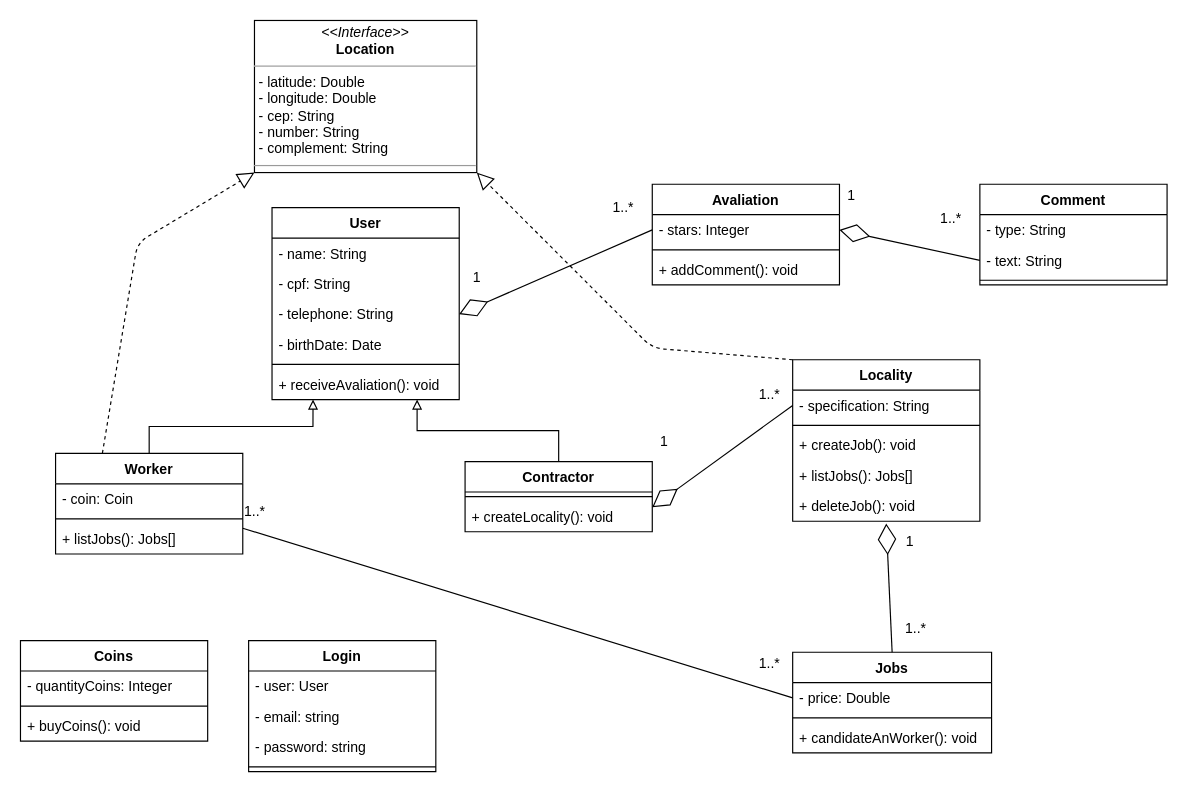
This is diagrama de classes/class_diagram_iclean.drawio from robertogsl/Grupo1-3ADSA, a draw.io file, before an edit. Source tidied: cells renumbered, new cells numbered last; positions are measured from the earlier drawing's top-left corner, leaving out a move shared by most shapes. Both pictures are drawn from the tidied source at 117%, with x=0, y=0 at pixel (20, 20).
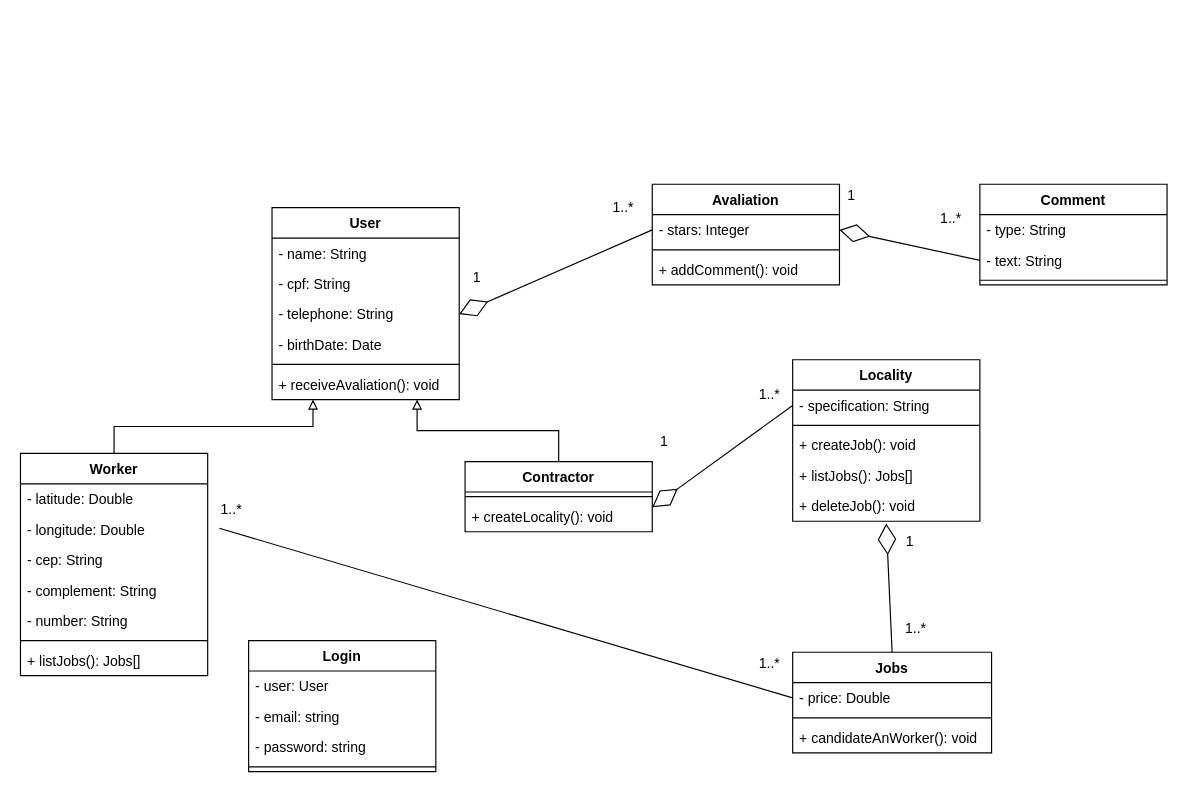
The same diagram, later.

Commit message:
diagrama de classes ok

Unchanged cells that the change refers to:
```xml
<mxCell id="19" value="- price: Double" style="text;strokeColor=none;fillColor=none;align=left;verticalAlign=top;spacingLeft=4;spacingRight=4;overflow=hidden;points=[[0,0.5],[1,0.5]];portConstraint=eastwest;" parent="18" vertex="1">
  <mxGeometry y="26" width="170" height="26" as="geometry" />
</mxCell>
<mxCell id="45" value="Locality" style="swimlane;fontStyle=1;align=center;verticalAlign=top;horizontal=1;startSize=26;" parent="1" vertex="1">
  <mxGeometry x="660" y="290" width="160" height="138" as="geometry" />
</mxCell>
```

Change to the diagram source:
```diff
@@
     <mxCell id="10" value="Worker" style="swimlane;fontStyle=1;align=center;verticalAlign=top;horizontal=1;startSize=26;" parent="1" vertex="1">
-      <mxGeometry x="30" y="370" width="160" height="86" as="geometry" />
+      <mxGeometry y="370" width="160" height="190" as="geometry" />
     </mxCell>
-    <mxCell id="11" value="- coin: Coin" style="text;strokeColor=none;fillColor=none;align=left;verticalAlign=top;spacingLeft=4;spacingRight=4;overflow=hidden;" parent="10" vertex="1">
-      <mxGeometry y="26" width="160" height="26" as="geometry" />
-    </mxCell>
+    <mxCell id="63" value="- latitude: Double" style="text;strokeColor=none;fillColor=none;align=left;verticalAlign=top;spacingLeft=4;spacingRight=4;overflow=hidden;" parent="10" vertex="1">
+      <mxGeometry y="26" width="160" height="26" as="geometry" />
+    </mxCell>
+    <mxCell id="64" value="- longitude: Double" style="text;strokeColor=none;fillColor=none;align=left;verticalAlign=top;spacingLeft=4;spacingRight=4;overflow=hidden;" parent="10" vertex="1">
+      <mxGeometry y="52" width="160" height="26" as="geometry" />
+    </mxCell>
+    <mxCell id="65" value="- cep: String" style="text;strokeColor=none;fillColor=none;align=left;verticalAlign=top;spacingLeft=4;spacingRight=4;overflow=hidden;" parent="10" vertex="1">
+      <mxGeometry y="78" width="160" height="26" as="geometry" />
+    </mxCell>
+    <mxCell id="66" value="- complement: String" style="text;strokeColor=none;fillColor=none;align=left;verticalAlign=top;spacingLeft=4;spacingRight=4;overflow=hidden;" parent="10" vertex="1">
+      <mxGeometry y="104" width="160" height="26" as="geometry" />
+    </mxCell>
+    <mxCell id="67" value="- number: String" style="text;strokeColor=none;fillColor=none;align=left;verticalAlign=top;spacingLeft=4;spacingRight=4;overflow=hidden;" parent="10" vertex="1">
+      <mxGeometry y="130" width="160" height="26" as="geometry" />
+    </mxCell>
     <mxCell id="12" style="line;strokeWidth=1;fillColor=none;align=left;verticalAlign=middle;spacingTop=-1;spacingLeft=3;spacingRight=3;labelPosition=right;" parent="10" vertex="1">
-      <mxGeometry y="52" width="160" height="8" as="geometry" />
+      <mxGeometry y="156" width="160" height="8" as="geometry" />
     </mxCell>
     <mxCell id="13" value="+ listJobs(): Jobs[]" style="text;strokeColor=none;fillColor=none;align=left;verticalAlign=top;spacingLeft=4;spacingRight=4;overflow=hidden;" parent="10" vertex="1">
-      <mxGeometry y="60" width="160" height="26" as="geometry" />
+      <mxGeometry y="164" width="160" height="26" as="geometry" />
     </mxCell>
@@
-    <mxCell id="22" value="Coins" style="swimlane;fontStyle=1;align=center;verticalAlign=top;horizontal=1;startSize=26;" parent="1" vertex="1">
-      <mxGeometry y="530" width="160" height="86" as="geometry" />
-    </mxCell>
-    <mxCell id="23" value="- quantityCoins: Integer" style="text;strokeColor=none;fillColor=none;align=left;verticalAlign=top;spacingLeft=4;spacingRight=4;overflow=hidden;" parent="22" vertex="1">
-      <mxGeometry y="26" width="160" height="26" as="geometry" />
-    </mxCell>
-    <mxCell id="24" style="line;strokeWidth=1;fillColor=none;align=left;verticalAlign=middle;spacingTop=-1;spacingLeft=3;spacingRight=3;labelPosition=right;" parent="22" vertex="1">
-      <mxGeometry y="52" width="160" height="8" as="geometry" />
-    </mxCell>
-    <mxCell id="25" value="+ buyCoins(): void" style="text;strokeColor=none;fillColor=none;align=left;verticalAlign=top;spacingLeft=4;spacingRight=4;overflow=hidden;" parent="22" vertex="1">
-      <mxGeometry y="60" width="160" height="26" as="geometry" />
-    </mxCell>
@@
-    <mxCell id="57" value="&lt;p style=&quot;margin: 0px ; margin-top: 4px ; text-align: center&quot;&gt;&lt;i&gt;&amp;lt;&amp;lt;Interface&amp;gt;&amp;gt;&lt;/i&gt;&lt;br&gt;&lt;b&gt;Location&lt;/b&gt;&lt;/p&gt;&lt;hr size=&quot;1&quot;&gt;&lt;p style=&quot;margin: 0px ; margin-left: 4px&quot;&gt;- latitude: Double&lt;br&gt;- longitude: Double&lt;/p&gt;&lt;p style=&quot;margin: 0px ; margin-left: 4px&quot;&gt;- cep: String&lt;/p&gt;&lt;p style=&quot;margin: 0px ; margin-left: 4px&quot;&gt;- number: String&lt;/p&gt;&lt;p style=&quot;margin: 0px ; margin-left: 4px&quot;&gt;- complement: String&lt;/p&gt;&lt;hr size=&quot;1&quot;&gt;&lt;p style=&quot;margin: 0px ; margin-left: 4px&quot;&gt;&lt;br&gt;&lt;/p&gt;" style="verticalAlign=top;align=left;overflow=fill;fontSize=12;fontFamily=Helvetica;html=1;" parent="1" vertex="1">
-      <mxGeometry x="200" width="190" height="130" as="geometry" />
-    </mxCell>
-    <mxCell id="58" style="endArrow=block;dashed=1;endFill=0;endSize=12;html=1;entryX=0;entryY=1;entryDx=0;entryDy=0;exitX=0.25;exitY=0;exitDx=0;exitDy=0;" parent="1" edge="1" source="10" target="57">
-      <mxGeometry relative="1" as="geometry">
-        <Array as="points">
-          <mxPoint x="100" y="190" />
-        </Array>
-      </mxGeometry>
-    </mxCell>
-    <mxCell id="59" style="endArrow=block;dashed=1;endFill=0;endSize=12;html=1;entryX=1;entryY=1;entryDx=0;entryDy=0;exitX=0;exitY=0;exitDx=0;exitDy=0;" parent="1" edge="1" source="45" target="57">
-      <mxGeometry relative="1" as="geometry">
-        <Array as="points">
-          <mxPoint x="540" y="280" />
-        </Array>
-      </mxGeometry>
-    </mxCell>
@@
     <mxCell id="61" value="1..*" style="text;html=1;align=center;verticalAlign=middle;strokeColor=none;" parent="1" vertex="1">
-      <mxGeometry x="185" y="410" width="30" height="20" as="geometry" />
+      <mxGeometry x="165" y="408" width="30" height="20" as="geometry" />
     </mxCell>
     <mxCell id="62" style="endArrow=none;html=1;entryX=0;entryY=0.5;entryDx=0;entryDy=0;" parent="1" edge="1" target="19">
       <mxGeometry relative="1" as="geometry">
-        <mxPoint x="190" y="434" as="sourcePoint" />
+        <mxPoint x="170" y="434" as="sourcePoint" />
       </mxGeometry>
     </mxCell>
```
